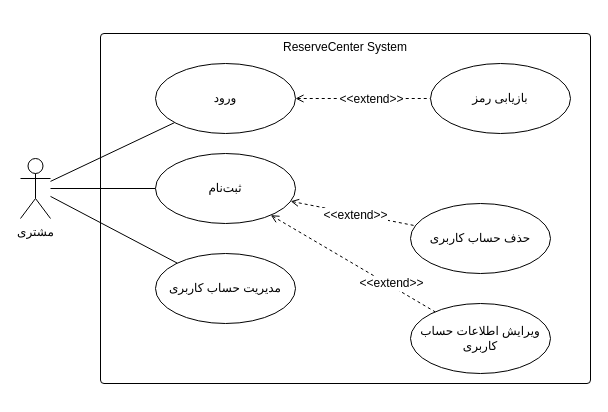
This is page "Account" (2 of 2) of Documentation/Analysis/Use-Case Docs/Customer/Customer UC diag.drawio from TnT74K/Project-SAD, a draw.io file, before an edit. Source tidied: cells renumbered, new cells numbered last; positions are measured from the earlier drawing's top-left corner, leaving out a move shared by most shapes. Both pictures are drawn from the tidied source at 100%, with x=0, y=0 at pixel (20, 33).
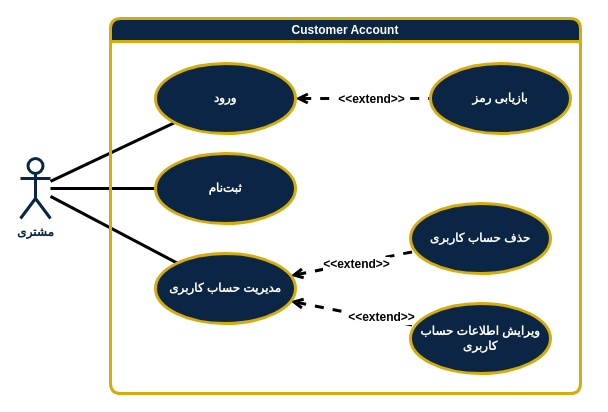
Above is the later version.

What changed in the source:
```diff
@@
 <mxGraphModel>
   <root>
     <mxCell id="0" />
     <mxCell id="1" parent="0" />
-    <mxCell id="2" value="ReserveCenter System" style="rounded=1;whiteSpace=wrap;html=1;strokeColor=default;align=center;verticalAlign=top;fontFamily=zain;fontSize=12;fontColor=default;labelBackgroundColor=default;fillColor=default;arcSize=1;" parent="1" vertex="1">
-      <mxGeometry x="80" width="490" height="350" as="geometry" />
-    </mxCell>
-    <mxCell id="3" style="edgeStyle=none;shape=connector;rounded=0;jettySize=auto;html=1;strokeColor=default;align=center;verticalAlign=middle;fontFamily=zain;fontSize=12;fontColor=default;labelBackgroundColor=default;endArrow=none;endFill=0;" parent="1" edge="1" source="6" target="9">
+    <mxCell id="3" style="edgeStyle=none;shape=connector;rounded=0;jettySize=auto;html=1;strokeColor=default;align=center;verticalAlign=middle;fontFamily=zain;fontSize=12;fontColor=default;labelBackgroundColor=default;endArrow=none;endFill=0;strokeWidth=3;" parent="1" edge="1" source="6" target="9">
       <mxGeometry relative="1" as="geometry" />
     </mxCell>
-    <mxCell id="4" style="edgeStyle=none;shape=connector;rounded=0;jettySize=auto;html=1;strokeColor=default;align=center;verticalAlign=middle;fontFamily=zain;fontSize=12;fontColor=default;labelBackgroundColor=default;endArrow=none;endFill=0;" parent="1" edge="1" source="6" target="14">
+    <mxCell id="4" style="edgeStyle=none;shape=connector;rounded=0;jettySize=auto;html=1;strokeColor=default;align=center;verticalAlign=middle;fontFamily=zain;fontSize=12;fontColor=default;labelBackgroundColor=default;endArrow=none;endFill=0;strokeWidth=3;" parent="1" edge="1" source="6" target="14">
       <mxGeometry relative="1" as="geometry" />
     </mxCell>
-    <mxCell id="5" style="edgeStyle=none;shape=connector;rounded=0;jettySize=auto;html=1;strokeColor=default;align=center;verticalAlign=middle;fontFamily=zain;fontSize=12;fontColor=default;labelBackgroundColor=default;endArrow=none;endFill=0;" parent="1" edge="1" source="6" target="15">
+    <mxCell id="5" style="edgeStyle=none;shape=connector;rounded=0;jettySize=auto;html=1;strokeColor=default;align=center;verticalAlign=middle;fontFamily=zain;fontSize=12;fontColor=default;labelBackgroundColor=default;endArrow=none;endFill=0;strokeWidth=3;" parent="1" edge="1" source="6" target="15">
       <mxGeometry relative="1" as="geometry" />
     </mxCell>
-    <mxCell id="6" value="مشتری" style="shape=umlActor;verticalLabelPosition=bottom;verticalAlign=top;html=1;strokeColor=default;align=center;fontFamily=zain;fontSize=12;fontColor=default;fillColor=default;" parent="1" vertex="1">
+    <mxCell id="6" value="مشتری" style="shape=umlActor;verticalLabelPosition=bottom;verticalAlign=top;html=1;strokeColor=light-dark(#0B2545,#C0D6E8);align=center;fontFamily=zain;fontSize=12;fontColor=light-dark(#0B2545,#C0D6E8);fillColor=default;strokeWidth=3;fontStyle=1;labelBackgroundColor=none;" parent="1" vertex="1">
       <mxGeometry y="125" width="30" height="60" as="geometry" />
     </mxCell>
-    <mxCell id="7" style="edgeStyle=none;shape=connector;rounded=0;jettySize=auto;html=1;strokeColor=default;align=center;verticalAlign=middle;fontFamily=zain;fontSize=12;fontColor=default;labelBackgroundColor=default;endArrow=none;endFill=0;dashed=1;startArrow=open;startFill=0;" parent="1" edge="1" source="9" target="18">
+    <mxCell id="7" style="edgeStyle=none;shape=connector;rounded=0;jettySize=auto;html=1;strokeColor=light-dark(#000000,#FFFFFF);align=center;verticalAlign=middle;fontFamily=zain;fontSize=12;fontColor=default;labelBackgroundColor=default;endArrow=none;endFill=0;dashed=1;startArrow=open;startFill=0;strokeWidth=3;fontStyle=1;" parent="1" edge="1" source="9" target="18">
       <mxGeometry relative="1" as="geometry" />
     </mxCell>
-    <mxCell id="8" value="&amp;lt;&amp;lt;extend&amp;gt;&amp;gt;" style="edgeLabel;html=1;align=center;verticalAlign=middle;strokeColor=default;fontFamily=zain;fontSize=12;fontColor=default;labelBackgroundColor=default;fillColor=default;" parent="7" vertex="1">
+    <mxCell id="8" value="&amp;lt;&amp;lt;extend&amp;gt;&amp;gt;" style="edgeLabel;html=1;align=center;verticalAlign=middle;strokeColor=light-dark(#000000,#FFFFFF);fontFamily=zain;fontSize=12;fontColor=default;labelBackgroundColor=default;rounded=0;dashed=1;strokeWidth=3;fontStyle=1;" parent="7" vertex="1">
       <mxGeometry x="0.4" y="-1" relative="1" as="geometry">
         <mxPoint x="-20" y="-1" as="offset" />
       </mxGeometry>
     </mxCell>
-    <mxCell id="9" value="ورود" style="ellipse;whiteSpace=wrap;html=1;strokeColor=default;align=center;verticalAlign=middle;fontFamily=zain;fontSize=12;fontColor=default;fillColor=default;" parent="1" vertex="1">
+    <mxCell id="9" value="ورود" style="ellipse;whiteSpace=wrap;html=1;strokeColor=light-dark(#D4AC0D,#D4AC0D);align=center;verticalAlign=middle;fontFamily=zain;fontSize=12;fontColor=light-dark(#FFFFFF,#FFFFFF);fillColor=light-dark(#0B2545,#0B2545);strokeWidth=3;fontStyle=1;labelBackgroundColor=none;" parent="1" vertex="1">
       <mxGeometry x="135" y="30" width="140" height="70" as="geometry" />
     </mxCell>
-    <mxCell id="10" style="edgeStyle=none;shape=connector;rounded=0;jettySize=auto;html=1;strokeColor=default;align=center;verticalAlign=middle;fontFamily=zain;fontSize=12;fontColor=default;labelBackgroundColor=default;endArrow=none;endFill=0;dashed=1;startArrow=open;startFill=0;" parent="1" edge="1" source="14" target="16">
+    <mxCell id="10" style="edgeStyle=none;shape=connector;rounded=0;jettySize=auto;html=1;strokeColor=light-dark(#000000,#FFFFFF);align=center;verticalAlign=middle;fontFamily=zain;fontSize=12;fontColor=default;labelBackgroundColor=default;endArrow=none;endFill=0;dashed=1;startArrow=open;startFill=0;strokeWidth=3;fontStyle=1;" parent="1" edge="1" source="15" target="16">
       <mxGeometry relative="1" as="geometry" />
     </mxCell>
-    <mxCell id="11" value="&amp;lt;&amp;lt;extend&amp;gt;&amp;gt;" style="edgeLabel;html=1;align=center;verticalAlign=middle;strokeColor=default;fontFamily=zain;fontSize=12;fontColor=default;labelBackgroundColor=default;fillColor=default;" parent="10" vertex="1">
+    <mxCell id="11" value="&amp;lt;&amp;lt;extend&amp;gt;&amp;gt;" style="edgeLabel;html=1;align=center;verticalAlign=middle;strokeColor=light-dark(#000000,#FFFFFF);fontFamily=zain;fontSize=12;fontColor=default;labelBackgroundColor=default;rounded=0;dashed=1;strokeWidth=3;fontStyle=1;" parent="10" vertex="1">
       <mxGeometry x="0.04" y="-1" relative="1" as="geometry" />
     </mxCell>
-    <mxCell id="12" style="edgeStyle=none;shape=connector;rounded=0;jettySize=auto;html=1;strokeColor=default;align=center;verticalAlign=middle;fontFamily=zain;fontSize=12;fontColor=default;labelBackgroundColor=default;endArrow=none;endFill=0;dashed=1;startArrow=open;startFill=0;" parent="1" edge="1" source="14" target="17">
+    <mxCell id="12" style="edgeStyle=none;shape=connector;rounded=0;jettySize=auto;html=1;strokeColor=light-dark(#000000,#FFFFFF);align=center;verticalAlign=middle;fontFamily=zain;fontSize=12;fontColor=default;labelBackgroundColor=default;endArrow=none;endFill=0;dashed=1;startArrow=open;startFill=0;strokeWidth=3;fontStyle=1;" parent="1" edge="1" source="15" target="17">
       <mxGeometry relative="1" as="geometry" />
     </mxCell>
-    <mxCell id="13" value="&amp;lt;&amp;lt;extend&amp;gt;&amp;gt;" style="edgeLabel;html=1;align=center;verticalAlign=middle;strokeColor=default;fontFamily=zain;fontSize=12;fontColor=default;labelBackgroundColor=default;fillColor=default;" parent="12" vertex="1">
+    <mxCell id="13" value="&amp;lt;&amp;lt;extend&amp;gt;&amp;gt;" style="edgeLabel;html=1;align=center;verticalAlign=middle;strokeColor=light-dark(#000000,#FFFFFF);fontFamily=zain;fontSize=12;fontColor=default;labelBackgroundColor=default;rounded=0;dashed=1;strokeWidth=3;fontStyle=1;" parent="12" vertex="1">
       <mxGeometry x="0.45" y="2" relative="1" as="geometry" />
     </mxCell>
-    <mxCell id="14" value="ثبت‌نام" style="ellipse;whiteSpace=wrap;html=1;strokeColor=default;align=center;verticalAlign=middle;fontFamily=zain;fontSize=12;fontColor=default;fillColor=default;" parent="1" vertex="1">
+    <mxCell id="14" value="ثبت‌نام" style="ellipse;whiteSpace=wrap;html=1;strokeColor=light-dark(#D4AC0D,#D4AC0D);align=center;verticalAlign=middle;fontFamily=zain;fontSize=12;fontColor=light-dark(#FFFFFF,#FFFFFF);fillColor=light-dark(#0B2545,#0B2545);strokeWidth=3;fontStyle=1;labelBackgroundColor=none;" parent="1" vertex="1">
       <mxGeometry x="135" y="120" width="140" height="70" as="geometry" />
     </mxCell>
-    <mxCell id="15" value="مدیریت حساب کاربری" style="ellipse;whiteSpace=wrap;html=1;strokeColor=default;align=center;verticalAlign=middle;fontFamily=zain;fontSize=12;fontColor=default;fillColor=default;" parent="1" vertex="1">
+    <mxCell id="15" value="مدیریت حساب کاربری" style="ellipse;whiteSpace=wrap;html=1;strokeColor=light-dark(#D4AC0D,#D4AC0D);align=center;verticalAlign=middle;fontFamily=zain;fontSize=12;fontColor=light-dark(#FFFFFF,#FFFFFF);fillColor=light-dark(#0B2545,#0B2545);strokeWidth=3;fontStyle=1;labelBackgroundColor=none;" parent="1" vertex="1">
       <mxGeometry x="135" y="220" width="140" height="70" as="geometry" />
     </mxCell>
-    <mxCell id="16" value="حذف حساب کاربری" style="ellipse;whiteSpace=wrap;html=1;strokeColor=default;align=center;verticalAlign=middle;fontFamily=zain;fontSize=12;fontColor=default;fillColor=default;" parent="1" vertex="1">
+    <mxCell id="16" value="حذف حساب کاربری" style="ellipse;whiteSpace=wrap;html=1;strokeColor=light-dark(#D4AC0D,#D4AC0D);align=center;verticalAlign=middle;fontFamily=zain;fontSize=12;fontColor=light-dark(#FFFFFF,#FFFFFF);fillColor=light-dark(#0B2545,#0B2545);strokeWidth=3;fontStyle=1;labelBackgroundColor=none;" parent="1" vertex="1">
       <mxGeometry x="390" y="170" width="140" height="70" as="geometry" />
     </mxCell>
-    <mxCell id="17" value="ویرایش اطلاعات حساب کاربری" style="ellipse;whiteSpace=wrap;html=1;strokeColor=default;align=center;verticalAlign=middle;fontFamily=zain;fontSize=12;fontColor=default;fillColor=default;" parent="1" vertex="1">
+    <mxCell id="17" value="ویرایش اطلاعات حساب کاربری" style="ellipse;whiteSpace=wrap;html=1;strokeColor=light-dark(#D4AC0D,#D4AC0D);align=center;verticalAlign=middle;fontFamily=zain;fontSize=12;fontColor=light-dark(#FFFFFF,#FFFFFF);fillColor=light-dark(#0B2545,#0B2545);strokeWidth=3;fontStyle=1;labelBackgroundColor=none;" parent="1" vertex="1">
       <mxGeometry x="390" y="270" width="140" height="70" as="geometry" />
     </mxCell>
-    <mxCell id="18" value="بازیابی رمز" style="ellipse;whiteSpace=wrap;html=1;strokeColor=default;align=center;verticalAlign=middle;fontFamily=zain;fontSize=12;fontColor=default;fillColor=default;" parent="1" vertex="1">
+    <mxCell id="18" value="بازیابی رمز" style="ellipse;whiteSpace=wrap;html=1;strokeColor=light-dark(#D4AC0D,#D4AC0D);align=center;verticalAlign=middle;fontFamily=zain;fontSize=12;fontColor=light-dark(#FFFFFF,#FFFFFF);fillColor=light-dark(#0B2545,#0B2545);strokeWidth=3;fontStyle=1;labelBackgroundColor=none;" parent="1" vertex="1">
       <mxGeometry x="410" y="30" width="140" height="70" as="geometry" />
     </mxCell>
+    <mxCell id="19" value="Customer Account" style="swimlane;whiteSpace=wrap;html=1;strokeColor=light-dark(#D4AC0D,#D4AC0D);strokeWidth=3;align=center;verticalAlign=middle;fontFamily=zain;fontSize=12;fontColor=light-dark(#FFFFFF,#FFFFFF);fontStyle=1;labelBackgroundColor=none;fillColor=light-dark(#0B2545,#0B2545);rounded=1;" parent="1" vertex="1">
+      <mxGeometry x="90" y="-15" width="470" height="375" as="geometry" />
+    </mxCell>
   </root>
 </mxGraphModel>
```
